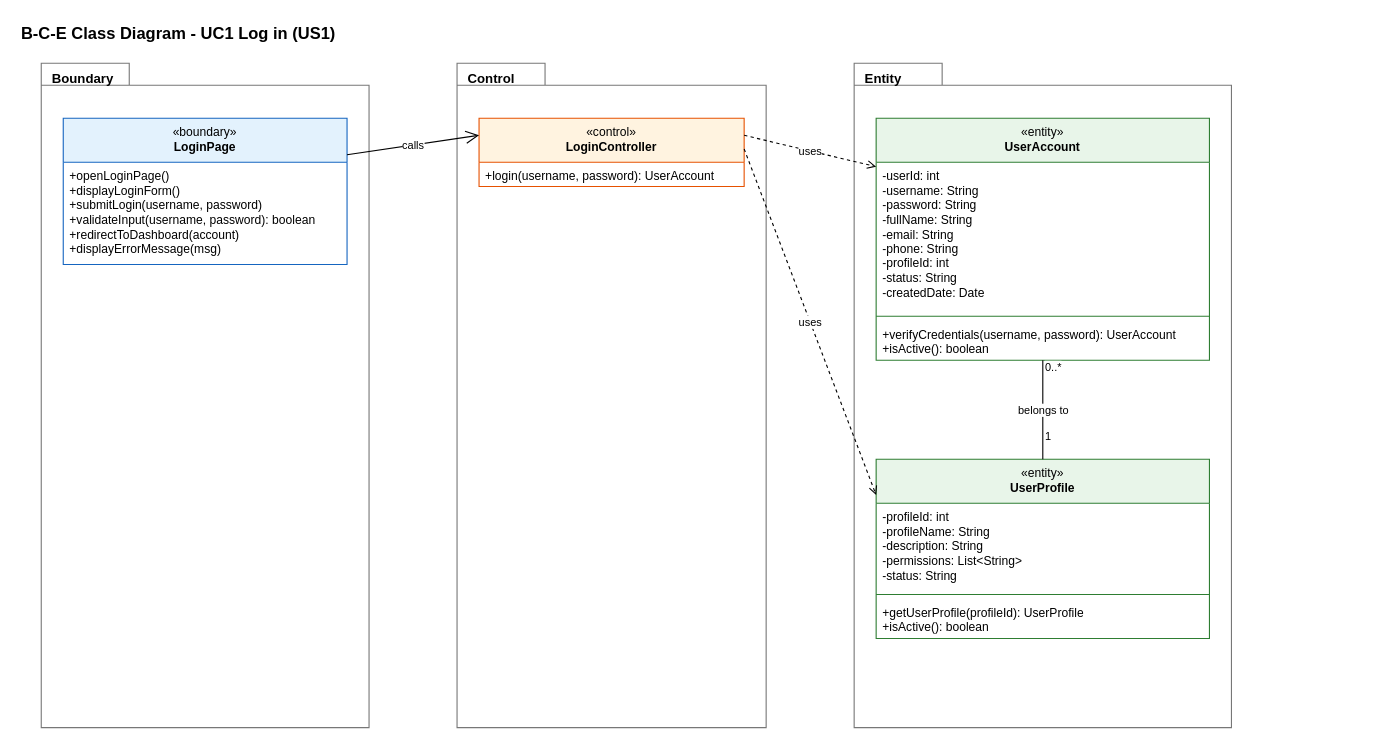
This is page "5 BCE Class Diagram" (5 of 6) of Sprint_1/US1 - Log in/US1 Log in.drawio from Hanzxc/CSIT314-ARCHSS, a draw.io file, before an edit. Source tidied: cells renumbered, new cells numbered last; positions are measured from the earlier drawing's top-left corner, leaving out a move shared by most shapes. Both pictures are drawn from the tidied source at 110%, with x=0, y=0 at pixel (19, 19).
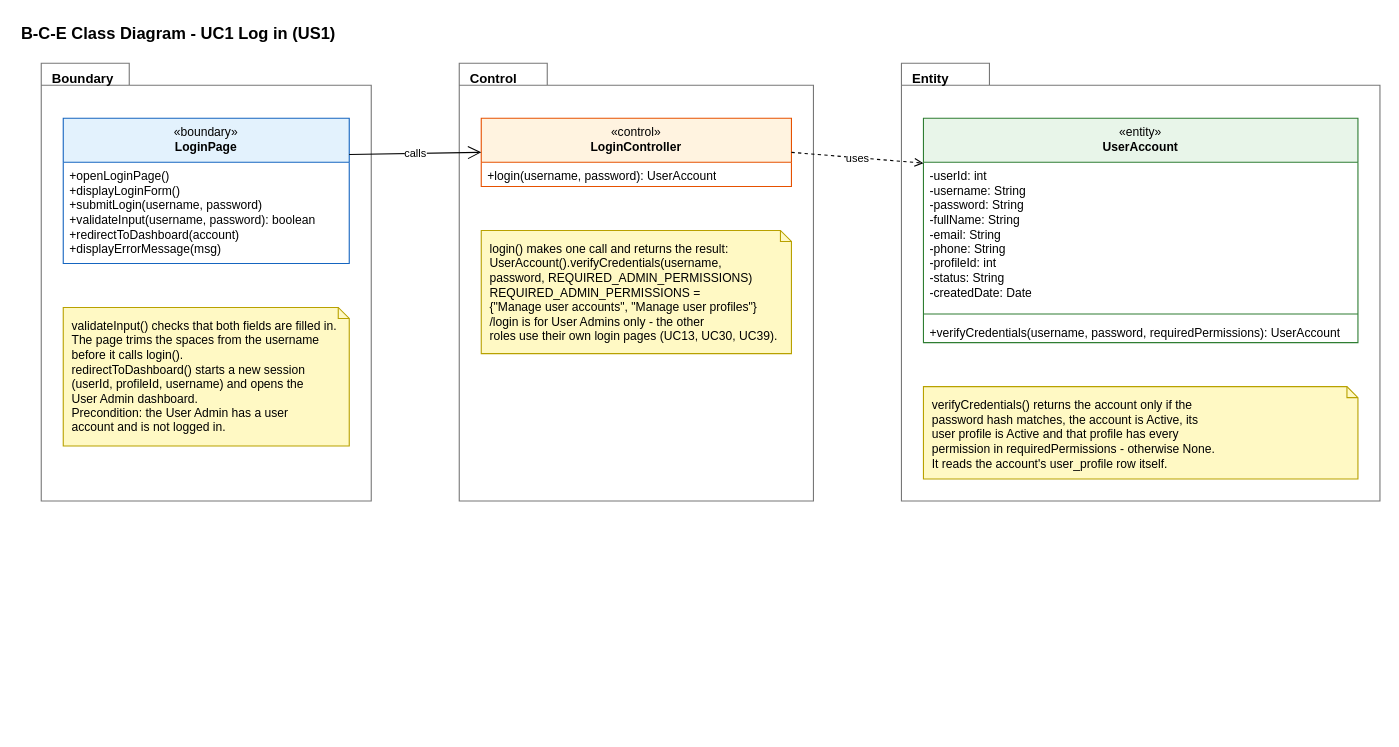
The same diagram, later.

The edit, as a diff of the source:
```diff
@@
     <mxCell id="2" value="&lt;b&gt;Boundary&lt;/b&gt;" style="shape=folder;tabWidth=80;tabHeight=20;tabPosition=left;html=1;verticalAlign=top;align=left;spacingLeft=8;spacingTop=0;fillColor=none;fontSize=12;strokeColor=#777777;fontColor=#000000;" parent="1" vertex="1">
-      <mxGeometry x="20" y="40" width="298" height="604" as="geometry" />
+      <mxGeometry x="20" y="40" width="300" height="398" as="geometry" />
     </mxCell>
     <mxCell id="3" value="&lt;b&gt;Control&lt;/b&gt;" style="shape=folder;tabWidth=80;tabHeight=20;tabPosition=left;html=1;verticalAlign=top;align=left;spacingLeft=8;spacingTop=0;fillColor=none;fontSize=12;strokeColor=#777777;fontColor=#000000;" parent="1" vertex="1">
-      <mxGeometry x="398" y="40" width="281" height="604" as="geometry" />
+      <mxGeometry x="400" y="40" width="322" height="398" as="geometry" />
     </mxCell>
     <mxCell id="4" value="&lt;b&gt;Entity&lt;/b&gt;" style="shape=folder;tabWidth=80;tabHeight=20;tabPosition=left;html=1;verticalAlign=top;align=left;spacingLeft=8;spacingTop=0;fillColor=none;fontSize=12;strokeColor=#777777;fontColor=#000000;" parent="1" vertex="1">
-      <mxGeometry x="759" y="40" width="343" height="604" as="geometry" />
+      <mxGeometry x="802" y="40" width="435" height="398" as="geometry" />
     </mxCell>
-    <mxCell id="5" value="&lt;b&gt;B-C-E Class Diagram - UC1 Log in (US1)&lt;/b&gt;" style="text;html=1;strokeColor=none;fillColor=none;align=left;verticalAlign=middle;whiteSpace=nowrap;fontSize=15;fontColor=#000000;" parent="1" vertex="1">
-      <mxGeometry width="349" height="24" as="geometry" />
-    </mxCell>
     <mxCell id="6" value="«boundary»&lt;br&gt;&lt;b&gt;LoginPage&lt;/b&gt;" style="swimlane;fontStyle=0;align=center;verticalAlign=top;horizontal=1;startSize=40;html=1;whiteSpace=wrap;fontSize=11;fillColor=#E3F2FD;strokeColor=#1565C0;swimlaneFillColor=#FFFFFF;fontColor=#000000;" parent="1" vertex="1">
-      <mxGeometry x="40" y="90" width="258" height="133" as="geometry" />
+      <mxGeometry x="40" y="90" width="260" height="132" as="geometry" />
     </mxCell>
     <mxCell id="7" value="+openLoginPage()&lt;br&gt;+displayLoginForm()&lt;br&gt;+submitLogin(username, password)&lt;br&gt;+validateInput(username, password): boolean&lt;br&gt;+redirectToDashboard(account)&lt;br&gt;+displayErrorMessage(msg)" style="text;strokeColor=none;fillColor=none;align=left;verticalAlign=top;spacingLeft=4;spacingRight=4;overflow=hidden;whiteSpace=nowrap;html=1;fontSize=11;fontColor=#000000;" parent="6" vertex="1">
-      <mxGeometry y="40" width="258" height="93" as="geometry" />
+      <mxGeometry y="40" width="260" height="92" as="geometry" />
     </mxCell>
     <mxCell id="8" value="«control»&lt;br&gt;&lt;b&gt;LoginController&lt;/b&gt;" style="swimlane;fontStyle=0;align=center;verticalAlign=top;horizontal=1;startSize=40;html=1;whiteSpace=wrap;fontSize=11;fillColor=#FFF3E0;strokeColor=#E65100;swimlaneFillColor=#FFFFFF;fontColor=#000000;" parent="1" vertex="1">
-      <mxGeometry x="418" y="90" width="241" height="62" as="geometry" />
+      <mxGeometry x="420" y="90" width="282" height="62" as="geometry" />
     </mxCell>
     <mxCell id="9" value="+login(username, password): UserAccount" style="text;strokeColor=none;fillColor=none;align=left;verticalAlign=top;spacingLeft=4;spacingRight=4;overflow=hidden;whiteSpace=nowrap;html=1;fontSize=11;fontColor=#000000;" parent="8" vertex="1">
-      <mxGeometry y="40" width="241" height="22" as="geometry" />
+      <mxGeometry y="40" width="282" height="22" as="geometry" />
     </mxCell>
     <mxCell id="10" value="«entity»&lt;br&gt;&lt;b&gt;UserAccount&lt;/b&gt;" style="swimlane;fontStyle=0;align=center;verticalAlign=top;horizontal=1;startSize=40;html=1;whiteSpace=wrap;fontSize=11;fillColor=#E8F5E9;strokeColor=#2E7D32;swimlaneFillColor=#FFFFFF;fontColor=#000000;" parent="1" vertex="1">
-      <mxGeometry x="779" y="90" width="303" height="220" as="geometry" />
+      <mxGeometry x="822" y="90" width="395" height="204" as="geometry" />
     </mxCell>
     <mxCell id="11" value="-userId: int&lt;br&gt;-username: String&lt;br&gt;-password: String&lt;br&gt;-fullName: String&lt;br&gt;-email: String&lt;br&gt;-phone: String&lt;br&gt;-profileId: int&lt;br&gt;-status: String&lt;br&gt;-createdDate: Date" style="text;strokeColor=none;fillColor=none;align=left;verticalAlign=top;spacingLeft=4;spacingRight=4;overflow=hidden;whiteSpace=nowrap;html=1;fontSize=11;fontColor=#000000;" parent="10" vertex="1">
-      <mxGeometry y="40" width="303" height="136" as="geometry" />
+      <mxGeometry y="40" width="395" height="134" as="geometry" />
     </mxCell>
-    <mxCell id="12" style="line;strokeWidth=1;fillColor=none;align=left;verticalAlign=middle;spacingTop=-1;spacingLeft=3;spacingRight=3;labelPosition=right;strokeColor=#2E7D32;fontColor=#000000;" parent="10" vertex="1">
-      <mxGeometry y="176" width="303" height="8" as="geometry" />
-    </mxCell>
-    <mxCell id="13" value="+verifyCredentials(username, password): UserAccount&lt;br&gt;+isActive(): boolean" style="text;strokeColor=none;fillColor=none;align=left;verticalAlign=top;spacingLeft=4;spacingRight=4;overflow=hidden;whiteSpace=nowrap;html=1;fontSize=11;fontColor=#000000;" parent="10" vertex="1">
-      <mxGeometry y="184" width="303" height="36" as="geometry" />
-    </mxCell>
-    <mxCell id="14" value="«entity»&lt;br&gt;&lt;b&gt;UserProfile&lt;/b&gt;" style="swimlane;fontStyle=0;align=center;verticalAlign=top;horizontal=1;startSize=40;html=1;whiteSpace=wrap;fontSize=11;fillColor=#E8F5E9;strokeColor=#2E7D32;swimlaneFillColor=#FFFFFF;fontColor=#000000;" parent="1" vertex="1">
-      <mxGeometry x="779" y="400" width="303" height="163" as="geometry" />
-    </mxCell>
-    <mxCell id="15" value="-profileId: int&lt;br&gt;-profileName: String&lt;br&gt;-description: String&lt;br&gt;-permissions: List&amp;lt;String&amp;gt;&lt;br&gt;-status: String" style="text;strokeColor=none;fillColor=none;align=left;verticalAlign=top;spacingLeft=4;spacingRight=4;overflow=hidden;whiteSpace=nowrap;html=1;fontSize=11;fontColor=#000000;" parent="14" vertex="1">
-      <mxGeometry y="40" width="303" height="79" as="geometry" />
-    </mxCell>
-    <mxCell id="16" style="line;strokeWidth=1;fillColor=none;align=left;verticalAlign=middle;spacingTop=-1;spacingLeft=3;spacingRight=3;labelPosition=right;strokeColor=#2E7D32;fontColor=#000000;" parent="14" vertex="1">
-      <mxGeometry y="119" width="303" height="8" as="geometry" />
-    </mxCell>
-    <mxCell id="17" value="+getUserProfile(profileId): UserProfile&lt;br&gt;+isActive(): boolean" style="text;strokeColor=none;fillColor=none;align=left;verticalAlign=top;spacingLeft=4;spacingRight=4;overflow=hidden;whiteSpace=nowrap;html=1;fontSize=11;fontColor=#000000;" parent="14" vertex="1">
-      <mxGeometry y="127" width="303" height="36" as="geometry" />
-    </mxCell>
+    <mxCell id="24" style="line;strokeWidth=1;fillColor=none;align=left;verticalAlign=middle;spacingTop=-1;spacingLeft=3;spacingRight=3;labelPosition=right;strokeColor=#2E7D32;fontColor=#000000;" parent="10" vertex="1">
+      <mxGeometry y="174" width="395" height="8" as="geometry" />
+    </mxCell>
+    <mxCell id="25" value="+verifyCredentials(username, password, requiredPermissions): UserAccount" style="text;strokeColor=none;fillColor=none;align=left;verticalAlign=top;spacingLeft=4;spacingRight=4;overflow=hidden;whiteSpace=nowrap;html=1;fontSize=11;fontColor=#000000;" parent="10" vertex="1">
+      <mxGeometry y="182" width="395" height="22" as="geometry" />
+    </mxCell>
+    <mxCell id="26" value="validateInput() checks that both fields are filled in.&lt;br&gt;The page trims the spaces from the username&lt;br&gt;before it calls login().&lt;br&gt;redirectToDashboard() starts a new session&lt;br&gt;(userId, profileId, username) and opens the&lt;br&gt;User Admin dashboard.&lt;br&gt;Precondition: the User Admin has a user&lt;br&gt;account and is not logged in." style="shape=note;whiteSpace=wrap;html=1;size=10;fillColor=#FFF9C4;strokeColor=#B8A100;align=left;verticalAlign=top;spacingLeft=6;spacingRight=4;spacingTop=4;fontSize=11;fontColor=#000000;" parent="1" vertex="1">
+      <mxGeometry x="40" y="262" width="260" height="126" as="geometry" />
+    </mxCell>
+    <mxCell id="27" value="login() makes one call and returns the result:&lt;br&gt;UserAccount().verifyCredentials(username,&lt;br&gt;password, REQUIRED_ADMIN_PERMISSIONS)&lt;br&gt;REQUIRED_ADMIN_PERMISSIONS =&lt;br&gt;{&amp;quot;Manage user accounts&amp;quot;, &amp;quot;Manage user profiles&amp;quot;}&lt;br&gt;/login is for User Admins only - the other&lt;br&gt;roles use their own login pages (UC13, UC30, UC39)." style="shape=note;whiteSpace=wrap;html=1;size=10;fillColor=#FFF9C4;strokeColor=#B8A100;align=left;verticalAlign=top;spacingLeft=6;spacingRight=4;spacingTop=4;fontSize=11;fontColor=#000000;" parent="1" vertex="1">
+      <mxGeometry x="420" y="192" width="282" height="112" as="geometry" />
+    </mxCell>
+    <mxCell id="28" value="verifyCredentials() returns the account only if the&lt;br&gt;password hash matches, the account is Active, its&lt;br&gt;user profile is Active and that profile has every&lt;br&gt;permission in requiredPermissions - otherwise None.&lt;br&gt;It reads the account&amp;#x27;s user_profile row itself." style="shape=note;whiteSpace=wrap;html=1;size=10;fillColor=#FFF9C4;strokeColor=#B8A100;align=left;verticalAlign=top;spacingLeft=6;spacingRight=4;spacingTop=4;fontSize=11;fontColor=#000000;" parent="1" vertex="1">
+      <mxGeometry x="822" y="334" width="395" height="84" as="geometry" />
+    </mxCell>
-    <mxCell id="18" value="calls" style="endArrow=open;endFill=0;endSize=10;html=1;rounded=0;fontSize=10;fontColor=#000000;strokeColor=#000000;labelBackgroundColor=#FFFFFF;exitX=1;exitY=0.25;exitDx=0;exitDy=0;entryX=0;entryY=0.25;entryDx=0;entryDy=0;" parent="1" edge="1" source="6" target="8">
+    <mxCell id="18" value="calls" style="endArrow=open;endFill=0;endSize=10;html=1;rounded=0;fontSize=10;fontColor=#000000;strokeColor=#000000;labelBackgroundColor=#FFFFFF;exitX=1;exitY=0.25;exitDx=0;exitDy=0;entryX=0;entryY=0.5;entryDx=0;entryDy=0;" parent="1" edge="1" source="6" target="8">
       <mxGeometry relative="1" as="geometry" />
     </mxCell>
-    <mxCell id="19" value="uses" style="endArrow=open;endFill=0;dashed=1;html=1;rounded=0;fontSize=10;fontColor=#000000;strokeColor=#000000;labelBackgroundColor=#FFFFFF;exitX=1;exitY=0.25;exitDx=0;exitDy=0;entryX=0;entryY=0.2;entryDx=0;entryDy=0;" parent="1" edge="1" source="8" target="10">
+    <mxCell id="19" value="uses" style="endArrow=open;endFill=0;dashed=1;html=1;rounded=0;fontSize=10;fontColor=#000000;strokeColor=#000000;labelBackgroundColor=#FFFFFF;exitX=1;exitY=0.5;exitDx=0;exitDy=0;entryX=0;entryY=0.2;entryDx=0;entryDy=0;" parent="1" edge="1" source="8" target="10">
       <mxGeometry relative="1" as="geometry" />
     </mxCell>
-    <mxCell id="20" value="uses" style="endArrow=open;endFill=0;dashed=1;html=1;rounded=0;fontSize=10;fontColor=#000000;strokeColor=#000000;labelBackgroundColor=#FFFFFF;exitX=1;exitY=0.45;exitDx=0;exitDy=0;entryX=0;entryY=0.2;entryDx=0;entryDy=0;" parent="1" edge="1" source="8" target="14">
-      <mxGeometry relative="1" as="geometry" />
-    </mxCell>
-    <mxCell id="21" value="belongs to" style="endArrow=none;html=1;rounded=0;fontSize=10;fontColor=#000000;strokeColor=#000000;labelBackgroundColor=#FFFFFF;exitX=0.5;exitY=1;exitDx=0;exitDy=0;entryX=0.5;entryY=0;entryDx=0;entryDy=0;" parent="1" edge="1" source="10" target="14">
-      <mxGeometry relative="1" as="geometry" />
-    </mxCell>
-    <mxCell id="22" value="0..*" style="edgeLabel;html=1;align=left;verticalAlign=bottom;fontSize=10;fontColor=#000000;labelBackgroundColor=#FFFFFF;" parent="21" vertex="1">
-      <mxGeometry x="-0.7" relative="1" as="geometry" />
-    </mxCell>
-    <mxCell id="23" value="1" style="edgeLabel;html=1;align=left;verticalAlign=bottom;fontSize=10;fontColor=#000000;labelBackgroundColor=#FFFFFF;" parent="21" vertex="1">
-      <mxGeometry x="0.7" relative="1" as="geometry" />
-    </mxCell>
+    <mxCell id="5" value="&lt;b&gt;B-C-E Class Diagram - UC1 Log in (US1)&lt;/b&gt;" style="text;html=1;strokeColor=none;fillColor=none;align=left;verticalAlign=middle;whiteSpace=nowrap;fontSize=15;fontColor=#000000;" parent="1" vertex="1">
+      <mxGeometry width="294" height="24" as="geometry" />
+    </mxCell>
```
